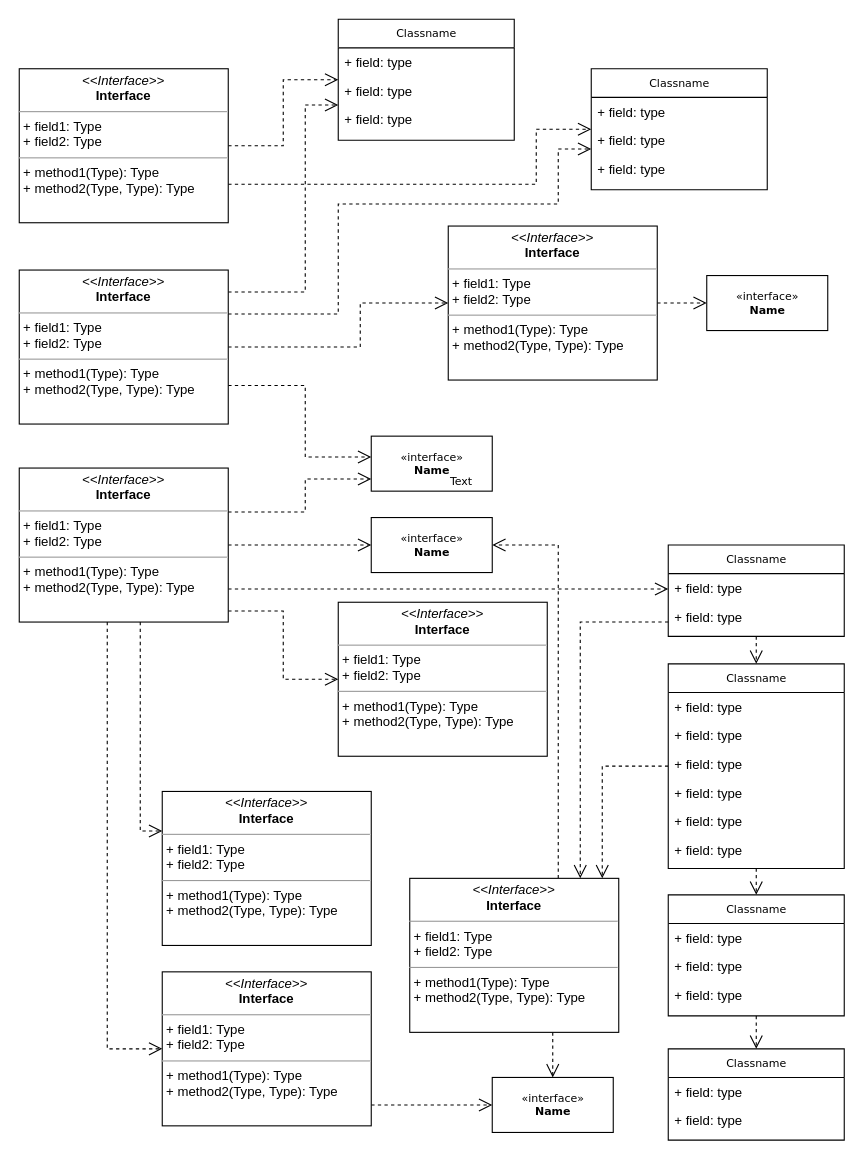
Earlier version of the draw.io diagram UML.drawio (Martinligabue/Progetto). Source tidied: cells renumbered, new cells numbered last; positions are measured from the earlier drawing's top-left corner, leaving out a move shared by most shapes. Both pictures are drawn from the tidied source at 110%, with x=0, y=0 at pixel (19, 19).
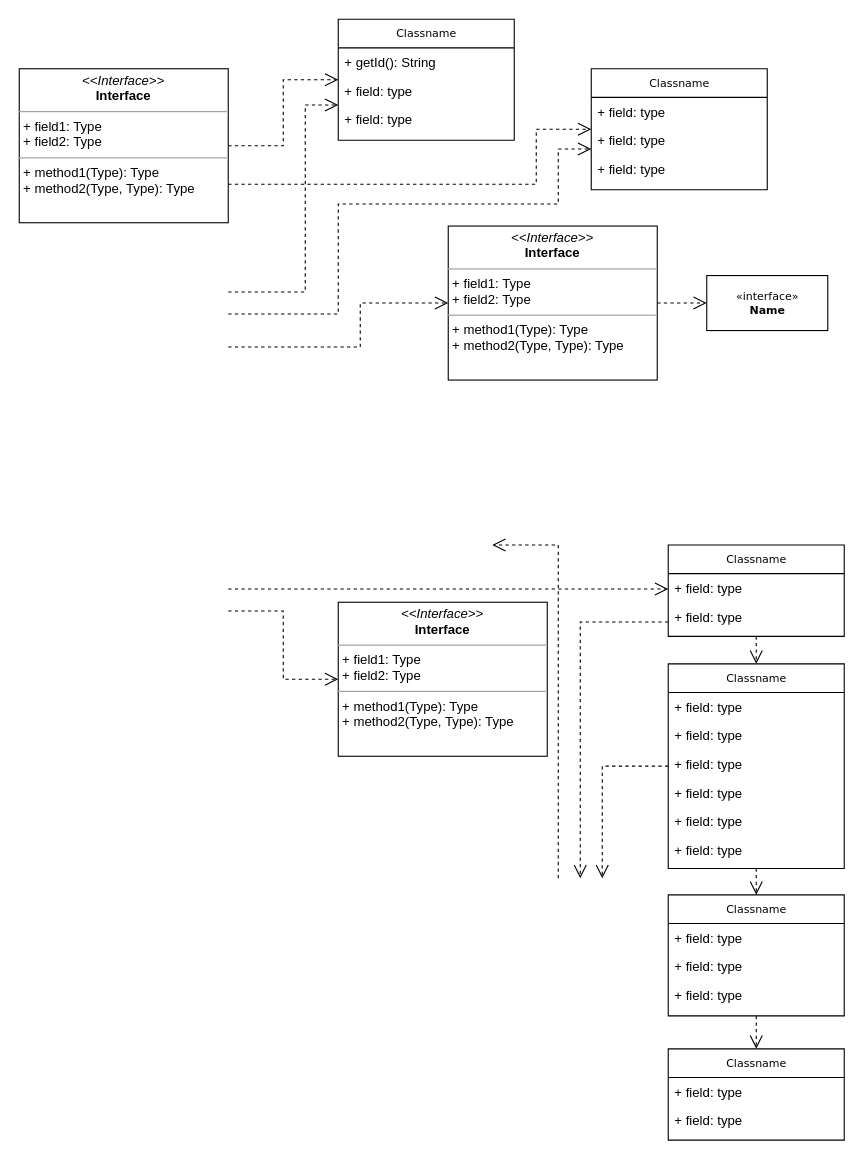
After the change.

Unchanged cells that the change refers to:
```xml
<mxCell id="4" value="Classname" style="swimlane;html=1;fontStyle=0;horizontal=1;startSize=26;fillColor=none;swimlaneFillColor=#ffffff;rounded=0;shadow=0;comic=0;labelBackgroundColor=none;strokeWidth=1;fontFamily=Verdana;fontSize=10;align=center;" parent="1" vertex="1">
  <mxGeometry x="590" y="586" width="160" height="186" as="geometry" />
</mxCell>
<mxCell id="11" value="Classname" style="swimlane;html=1;fontStyle=0;horizontal=1;startSize=26;fillColor=none;swimlaneFillColor=#ffffff;rounded=0;shadow=0;comic=0;labelBackgroundColor=none;strokeWidth=1;fontFamily=Verdana;fontSize=10;align=center;" parent="1" vertex="1">
  <mxGeometry x="290" width="160" height="110" as="geometry" />
</mxCell>
<mxCell id="15" value="Classname" style="swimlane;html=1;fontStyle=0;horizontal=1;startSize=26;fillColor=none;swimlaneFillColor=#ffffff;rounded=0;shadow=0;comic=0;labelBackgroundColor=none;strokeWidth=1;fontFamily=Verdana;fontSize=10;align=center;" parent="1" vertex="1">
  <mxGeometry x="520" y="45" width="160" height="110" as="geometry" />
</mxCell>
<mxCell id="28" value="Classname" style="swimlane;html=1;fontStyle=0;horizontal=1;startSize=26;fillColor=none;swimlaneFillColor=#ffffff;rounded=0;shadow=0;comic=0;labelBackgroundColor=none;strokeWidth=1;fontFamily=Verdana;fontSize=10;align=center;" parent="1" vertex="1">
  <mxGeometry x="590" y="478" width="160" height="83" as="geometry" />
</mxCell>
<mxCell id="35" value="&lt;p style=&quot;margin:0px;margin-top:4px;text-align:center;&quot;&gt;&lt;i&gt;&amp;lt;&amp;lt;Interface&amp;gt;&amp;gt;&lt;/i&gt;&lt;br/&gt;&lt;b&gt;Interface&lt;/b&gt;&lt;/p&gt;&lt;hr size=&quot;1&quot;/&gt;&lt;p style=&quot;margin:0px;margin-left:4px;&quot;&gt;+ field1: Type&lt;br/&gt;+ field2: Type&lt;/p&gt;&lt;hr size=&quot;1&quot;/&gt;&lt;p style=&quot;margin:0px;margin-left:4px;&quot;&gt;+ method1(Type): Type&lt;br/&gt;+ method2(Type, Type): Type&lt;/p&gt;" style="verticalAlign=top;align=left;overflow=fill;fontSize=12;fontFamily=Helvetica;html=1;rounded=0;shadow=0;comic=0;labelBackgroundColor=none;strokeWidth=1;" parent="1" vertex="1">
  <mxGeometry x="290" y="530" width="190" height="140" as="geometry" />
</mxCell>
<mxCell id="42" value="&lt;p style=&quot;margin:0px;margin-top:4px;text-align:center;&quot;&gt;&lt;i&gt;&amp;lt;&amp;lt;Interface&amp;gt;&amp;gt;&lt;/i&gt;&lt;br/&gt;&lt;b&gt;Interface&lt;/b&gt;&lt;/p&gt;&lt;hr size=&quot;1&quot;/&gt;&lt;p style=&quot;margin:0px;margin-left:4px;&quot;&gt;+ field1: Type&lt;br/&gt;+ field2: Type&lt;/p&gt;&lt;hr size=&quot;1&quot;/&gt;&lt;p style=&quot;margin:0px;margin-left:4px;&quot;&gt;+ method1(Type): Type&lt;br/&gt;+ method2(Type, Type): Type&lt;/p&gt;" style="verticalAlign=top;align=left;overflow=fill;fontSize=12;fontFamily=Helvetica;html=1;rounded=0;shadow=0;comic=0;labelBackgroundColor=none;strokeWidth=1;" parent="1" vertex="1">
  <mxGeometry x="390" y="188" width="190" height="140" as="geometry" />
</mxCell>
```

Change to the diagram source:
```diff
@@
-    <mxCell id="2" style="edgeStyle=orthogonalEdgeStyle;rounded=0;html=1;dashed=1;labelBackgroundColor=none;startFill=0;endArrow=open;endFill=0;endSize=10;fontFamily=Verdana;fontSize=10;" parent="1" edge="1" source="4" target="34">
+    <mxCell id="2" style="edgeStyle=orthogonalEdgeStyle;rounded=0;html=1;dashed=1;labelBackgroundColor=none;startFill=0;endArrow=open;endFill=0;endSize=10;fontFamily=Verdana;fontSize=10;" parent="1" edge="1" source="4">
       <mxGeometry relative="1" as="geometry">
+        <mxPoint x="530" y="781" as="targetPoint" />
         <Array as="points">
           <mxPoint x="530" y="679" />
         </Array>
       </mxGeometry>
     </mxCell>
@@
-    <mxCell id="12" value="+ field: type" style="text;html=1;strokeColor=none;fillColor=none;align=left;verticalAlign=top;spacingLeft=4;spacingRight=4;whiteSpace=wrap;overflow=hidden;" parent="11" vertex="1">
+    <mxCell id="12" value="+ getId(): String" style="text;html=1;strokeColor=none;fillColor=none;align=left;verticalAlign=top;spacingLeft=4;spacingRight=4;whiteSpace=wrap;overflow=hidden;" parent="11" vertex="1">
       <mxGeometry y="26" width="160" height="26" as="geometry" />
     </mxCell>
@@
-    <mxCell id="31" value="&amp;laquo;interface&amp;raquo;&lt;br&gt;&lt;b&gt;Name&lt;/b&gt;" style="html=1;rounded=0;shadow=0;comic=0;labelBackgroundColor=none;strokeWidth=1;fontFamily=Verdana;fontSize=10;align=center;" parent="1" vertex="1">
-      <mxGeometry x="430" y="962" width="110" height="50" as="geometry" />
-    </mxCell>
-    <mxCell id="32" style="edgeStyle=orthogonalEdgeStyle;rounded=0;html=1;dashed=1;labelBackgroundColor=none;startFill=0;endArrow=open;endFill=0;endSize=10;fontFamily=Verdana;fontSize=10;" parent="1" edge="1" source="34" target="31">
-      <mxGeometry relative="1" as="geometry">
-        <Array as="points">
-          <mxPoint x="485" y="928" />
-          <mxPoint x="485" y="928" />
-        </Array>
-      </mxGeometry>
-    </mxCell>
-    <mxCell id="33" style="edgeStyle=orthogonalEdgeStyle;rounded=0;html=1;dashed=1;labelBackgroundColor=none;startFill=0;endArrow=open;endFill=0;endSize=10;fontFamily=Verdana;fontSize=10;" parent="1" edge="1" source="34" target="39">
+    <mxCell id="33" style="edgeStyle=orthogonalEdgeStyle;rounded=0;html=1;dashed=1;labelBackgroundColor=none;startFill=0;endArrow=open;endFill=0;endSize=10;fontFamily=Verdana;fontSize=10;" parent="1" edge="1">
       <mxGeometry relative="1" as="geometry">
+        <mxPoint x="490" y="781" as="sourcePoint" />
+        <mxPoint x="430" y="478" as="targetPoint" />
         <Array as="points">
           <mxPoint x="490" y="478" />
         </Array>
       </mxGeometry>
     </mxCell>
-    <mxCell id="34" value="&lt;p style=&quot;margin:0px;margin-top:4px;text-align:center;&quot;&gt;&lt;i&gt;&amp;lt;&amp;lt;Interface&amp;gt;&amp;gt;&lt;/i&gt;&lt;br/&gt;&lt;b&gt;Interface&lt;/b&gt;&lt;/p&gt;&lt;hr size=&quot;1&quot;/&gt;&lt;p style=&quot;margin:0px;margin-left:4px;&quot;&gt;+ field1: Type&lt;br/&gt;+ field2: Type&lt;/p&gt;&lt;hr size=&quot;1&quot;/&gt;&lt;p style=&quot;margin:0px;margin-left:4px;&quot;&gt;+ method1(Type): Type&lt;br/&gt;+ method2(Type, Type): Type&lt;/p&gt;" style="verticalAlign=top;align=left;overflow=fill;fontSize=12;fontFamily=Helvetica;html=1;rounded=0;shadow=0;comic=0;labelBackgroundColor=none;strokeWidth=1;" parent="1" vertex="1">
-      <mxGeometry x="355" y="781" width="190" height="140" as="geometry" />
-    </mxCell>
@@
-    <mxCell id="36" style="edgeStyle=orthogonalEdgeStyle;rounded=0;html=1;dashed=1;labelBackgroundColor=none;startFill=0;endArrow=open;endFill=0;endSize=10;fontFamily=Verdana;fontSize=10;" parent="1" edge="1" source="37" target="31">
-      <mxGeometry relative="1" as="geometry">
-        <Array as="points">
-          <mxPoint x="350" y="987" />
-          <mxPoint x="350" y="987" />
-        </Array>
-      </mxGeometry>
-    </mxCell>
-    <mxCell id="37" value="&lt;p style=&quot;margin:0px;margin-top:4px;text-align:center;&quot;&gt;&lt;i&gt;&amp;lt;&amp;lt;Interface&amp;gt;&amp;gt;&lt;/i&gt;&lt;br/&gt;&lt;b&gt;Interface&lt;/b&gt;&lt;/p&gt;&lt;hr size=&quot;1&quot;/&gt;&lt;p style=&quot;margin:0px;margin-left:4px;&quot;&gt;+ field1: Type&lt;br/&gt;+ field2: Type&lt;/p&gt;&lt;hr size=&quot;1&quot;/&gt;&lt;p style=&quot;margin:0px;margin-left:4px;&quot;&gt;+ method1(Type): Type&lt;br/&gt;+ method2(Type, Type): Type&lt;/p&gt;" style="verticalAlign=top;align=left;overflow=fill;fontSize=12;fontFamily=Helvetica;html=1;rounded=0;shadow=0;comic=0;labelBackgroundColor=none;strokeWidth=1;" parent="1" vertex="1">
-      <mxGeometry x="130" y="866" width="190" height="140" as="geometry" />
-    </mxCell>
-    <mxCell id="38" value="&lt;p style=&quot;margin:0px;margin-top:4px;text-align:center;&quot;&gt;&lt;i&gt;&amp;lt;&amp;lt;Interface&amp;gt;&amp;gt;&lt;/i&gt;&lt;br/&gt;&lt;b&gt;Interface&lt;/b&gt;&lt;/p&gt;&lt;hr size=&quot;1&quot;/&gt;&lt;p style=&quot;margin:0px;margin-left:4px;&quot;&gt;+ field1: Type&lt;br/&gt;+ field2: Type&lt;/p&gt;&lt;hr size=&quot;1&quot;/&gt;&lt;p style=&quot;margin:0px;margin-left:4px;&quot;&gt;+ method1(Type): Type&lt;br/&gt;+ method2(Type, Type): Type&lt;/p&gt;" style="verticalAlign=top;align=left;overflow=fill;fontSize=12;fontFamily=Helvetica;html=1;rounded=0;shadow=0;comic=0;labelBackgroundColor=none;strokeWidth=1;" parent="1" vertex="1">
-      <mxGeometry x="130" y="702" width="190" height="140" as="geometry" />
-    </mxCell>
-    <mxCell id="39" value="&amp;laquo;interface&amp;raquo;&lt;br&gt;&lt;b&gt;Name&lt;/b&gt;" style="html=1;rounded=0;shadow=0;comic=0;labelBackgroundColor=none;strokeWidth=1;fontFamily=Verdana;fontSize=10;align=center;" parent="1" vertex="1">
-      <mxGeometry x="320" y="453" width="110" height="50" as="geometry" />
-    </mxCell>
-    <mxCell id="40" value="&amp;laquo;interface&amp;raquo;&lt;br&gt;&lt;b&gt;Name&lt;/b&gt;" style="html=1;rounded=0;shadow=0;comic=0;labelBackgroundColor=none;strokeWidth=1;fontFamily=Verdana;fontSize=10;align=center;" parent="1" vertex="1">
-      <mxGeometry x="320" y="379" width="110" height="50" as="geometry" />
-    </mxCell>
@@
-    <mxCell id="43" value="Text" style="text;html=1;align=left;verticalAlign=top;spacingTop=-4;fontSize=10;fontFamily=Verdana;fontColor=#000000;" parent="1" vertex="1">
-      <mxGeometry x="390" y="412" width="40" height="10" as="geometry" />
-    </mxCell>
@@
-    <mxCell id="48" style="edgeStyle=orthogonalEdgeStyle;rounded=0;html=1;dashed=1;labelBackgroundColor=none;startFill=0;endArrow=open;endFill=0;endSize=10;fontFamily=Verdana;fontSize=10;" parent="1" edge="1" source="52" target="11">
+    <mxCell id="48" style="edgeStyle=orthogonalEdgeStyle;rounded=0;html=1;dashed=1;labelBackgroundColor=none;startFill=0;endArrow=open;endFill=0;endSize=10;fontFamily=Verdana;fontSize=10;" parent="1" edge="1" target="11">
       <mxGeometry relative="1" as="geometry">
+        <mxPoint x="190" y="248" as="sourcePoint" />
         <Array as="points">
           <mxPoint x="260" y="248" />
           <mxPoint x="260" y="78" />
         </Array>
       </mxGeometry>
     </mxCell>
-    <mxCell id="49" style="edgeStyle=orthogonalEdgeStyle;rounded=0;html=1;dashed=1;labelBackgroundColor=none;startFill=0;endArrow=open;endFill=0;endSize=10;fontFamily=Verdana;fontSize=10;" parent="1" edge="1" source="52" target="15">
+    <mxCell id="49" style="edgeStyle=orthogonalEdgeStyle;rounded=0;html=1;dashed=1;labelBackgroundColor=none;startFill=0;endArrow=open;endFill=0;endSize=10;fontFamily=Verdana;fontSize=10;" parent="1" edge="1" target="15">
       <mxGeometry relative="1" as="geometry">
+        <mxPoint x="190" y="268" as="sourcePoint" />
         <Array as="points">
           <mxPoint x="290" y="268" />
           <mxPoint x="290" y="168" />
           <mxPoint x="490" y="168" />
           <mxPoint x="490" y="118" />
         </Array>
       </mxGeometry>
     </mxCell>
-    <mxCell id="50" style="edgeStyle=orthogonalEdgeStyle;rounded=0;html=1;dashed=1;labelBackgroundColor=none;startFill=0;endArrow=open;endFill=0;endSize=10;fontFamily=Verdana;fontSize=10;" parent="1" edge="1" source="52" target="42">
+    <mxCell id="50" style="edgeStyle=orthogonalEdgeStyle;rounded=0;html=1;dashed=1;labelBackgroundColor=none;startFill=0;endArrow=open;endFill=0;endSize=10;fontFamily=Verdana;fontSize=10;" parent="1" edge="1" target="42">
       <mxGeometry relative="1" as="geometry">
+        <mxPoint x="190" y="298" as="sourcePoint" />
         <Array as="points">
           <mxPoint x="310" y="298" />
           <mxPoint x="310" y="258" />
         </Array>
       </mxGeometry>
     </mxCell>
-    <mxCell id="51" style="edgeStyle=orthogonalEdgeStyle;rounded=0;html=1;exitX=1;exitY=0.75;dashed=1;labelBackgroundColor=none;startFill=0;endArrow=open;endFill=0;endSize=10;fontFamily=Verdana;fontSize=10;" parent="1" edge="1" source="52" target="40">
-      <mxGeometry relative="1" as="geometry">
-        <Array as="points">
-          <mxPoint x="260" y="333" />
-          <mxPoint x="260" y="398" />
-        </Array>
-      </mxGeometry>
-    </mxCell>
-    <mxCell id="52" value="&lt;p style=&quot;margin:0px;margin-top:4px;text-align:center;&quot;&gt;&lt;i&gt;&amp;lt;&amp;lt;Interface&amp;gt;&amp;gt;&lt;/i&gt;&lt;br/&gt;&lt;b&gt;Interface&lt;/b&gt;&lt;/p&gt;&lt;hr size=&quot;1&quot;/&gt;&lt;p style=&quot;margin:0px;margin-left:4px;&quot;&gt;+ field1: Type&lt;br/&gt;+ field2: Type&lt;/p&gt;&lt;hr size=&quot;1&quot;/&gt;&lt;p style=&quot;margin:0px;margin-left:4px;&quot;&gt;+ method1(Type): Type&lt;br/&gt;+ method2(Type, Type): Type&lt;/p&gt;" style="verticalAlign=top;align=left;overflow=fill;fontSize=12;fontFamily=Helvetica;html=1;rounded=0;shadow=0;comic=0;labelBackgroundColor=none;strokeWidth=1;" parent="1" vertex="1">
-      <mxGeometry y="228" width="190" height="140" as="geometry" />
-    </mxCell>
-    <mxCell id="53" style="edgeStyle=orthogonalEdgeStyle;rounded=0;html=1;dashed=1;labelBackgroundColor=none;startFill=0;endArrow=open;endFill=0;endSize=10;fontFamily=Verdana;fontSize=10;" parent="1" edge="1" source="59" target="40">
-      <mxGeometry relative="1" as="geometry">
-        <Array as="points">
-          <mxPoint x="260" y="448" />
-          <mxPoint x="260" y="418" />
-        </Array>
-      </mxGeometry>
-    </mxCell>
-    <mxCell id="54" style="edgeStyle=orthogonalEdgeStyle;rounded=0;html=1;dashed=1;labelBackgroundColor=none;startFill=0;endArrow=open;endFill=0;endSize=10;fontFamily=Verdana;fontSize=10;" parent="1" edge="1" source="59" target="39">
-      <mxGeometry relative="1" as="geometry" />
-    </mxCell>
-    <mxCell id="55" style="edgeStyle=orthogonalEdgeStyle;rounded=0;html=1;dashed=1;labelBackgroundColor=none;startFill=0;endArrow=open;endFill=0;endSize=10;fontFamily=Verdana;fontSize=10;" parent="1" edge="1" source="59" target="35">
+    <mxCell id="55" style="edgeStyle=orthogonalEdgeStyle;rounded=0;html=1;dashed=1;labelBackgroundColor=none;startFill=0;endArrow=open;endFill=0;endSize=10;fontFamily=Verdana;fontSize=10;" parent="1" edge="1" target="35">
       <mxGeometry relative="1" as="geometry">
+        <mxPoint x="190" y="538" as="sourcePoint" />
         <Array as="points">
           <mxPoint x="240" y="538" />
           <mxPoint x="240" y="600" />
         </Array>
       </mxGeometry>
     </mxCell>
-    <mxCell id="56" style="edgeStyle=orthogonalEdgeStyle;rounded=0;html=1;dashed=1;labelBackgroundColor=none;startFill=0;endArrow=open;endFill=0;endSize=10;fontFamily=Verdana;fontSize=10;" parent="1" edge="1" source="59" target="28">
+    <mxCell id="56" style="edgeStyle=orthogonalEdgeStyle;rounded=0;html=1;dashed=1;labelBackgroundColor=none;startFill=0;endArrow=open;endFill=0;endSize=10;fontFamily=Verdana;fontSize=10;" parent="1" edge="1" target="28">
       <mxGeometry relative="1" as="geometry">
+        <mxPoint x="190" y="518" as="sourcePoint" />
         <Array as="points">
           <mxPoint x="290" y="518" />
           <mxPoint x="290" y="518" />
         </Array>
       </mxGeometry>
     </mxCell>
-    <mxCell id="57" style="edgeStyle=orthogonalEdgeStyle;rounded=0;html=1;dashed=1;labelBackgroundColor=none;startFill=0;endArrow=open;endFill=0;endSize=10;fontFamily=Verdana;fontSize=10;" parent="1" edge="1" source="59" target="38">
-      <mxGeometry relative="1" as="geometry">
-        <Array as="points">
-          <mxPoint x="110" y="738" />
-        </Array>
-      </mxGeometry>
-    </mxCell>
-    <mxCell id="58" style="edgeStyle=orthogonalEdgeStyle;rounded=0;html=1;dashed=1;labelBackgroundColor=none;startFill=0;endArrow=open;endFill=0;endSize=10;fontFamily=Verdana;fontSize=10;" parent="1" edge="1" source="59" target="37">
-      <mxGeometry relative="1" as="geometry">
-        <Array as="points">
-          <mxPoint x="80" y="936" />
-        </Array>
-      </mxGeometry>
-    </mxCell>
-    <mxCell id="59" value="&lt;p style=&quot;margin:0px;margin-top:4px;text-align:center;&quot;&gt;&lt;i&gt;&amp;lt;&amp;lt;Interface&amp;gt;&amp;gt;&lt;/i&gt;&lt;br/&gt;&lt;b&gt;Interface&lt;/b&gt;&lt;/p&gt;&lt;hr size=&quot;1&quot;/&gt;&lt;p style=&quot;margin:0px;margin-left:4px;&quot;&gt;+ field1: Type&lt;br/&gt;+ field2: Type&lt;/p&gt;&lt;hr size=&quot;1&quot;/&gt;&lt;p style=&quot;margin:0px;margin-left:4px;&quot;&gt;+ method1(Type): Type&lt;br/&gt;+ method2(Type, Type): Type&lt;/p&gt;" style="verticalAlign=top;align=left;overflow=fill;fontSize=12;fontFamily=Helvetica;html=1;rounded=0;shadow=0;comic=0;labelBackgroundColor=none;strokeWidth=1;" parent="1" vertex="1">
-      <mxGeometry y="408" width="190" height="140" as="geometry" />
-    </mxCell>
-    <mxCell id="60" style="edgeStyle=orthogonalEdgeStyle;rounded=0;html=1;dashed=1;labelBackgroundColor=none;startFill=0;endArrow=open;endFill=0;endSize=10;fontFamily=Verdana;fontSize=10;" parent="1" edge="1" source="28" target="34">
+    <mxCell id="60" style="edgeStyle=orthogonalEdgeStyle;rounded=0;html=1;dashed=1;labelBackgroundColor=none;startFill=0;endArrow=open;endFill=0;endSize=10;fontFamily=Verdana;fontSize=10;" parent="1" edge="1" source="28">
       <mxGeometry relative="1" as="geometry">
+        <mxPoint x="510" y="781" as="targetPoint" />
         <Array as="points">
           <mxPoint x="510" y="548" />
         </Array>
       </mxGeometry>
     </mxCell>
```
